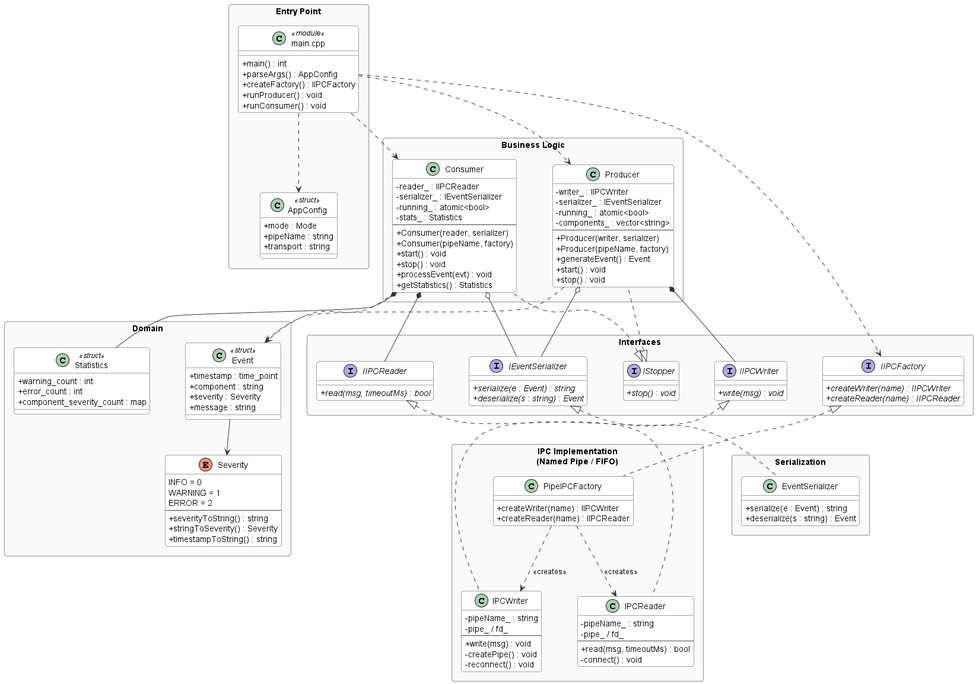
Above: doc/uml/class_diagram/class_diagram.png in JonasDressner/event_system (PlantUML), before the change.
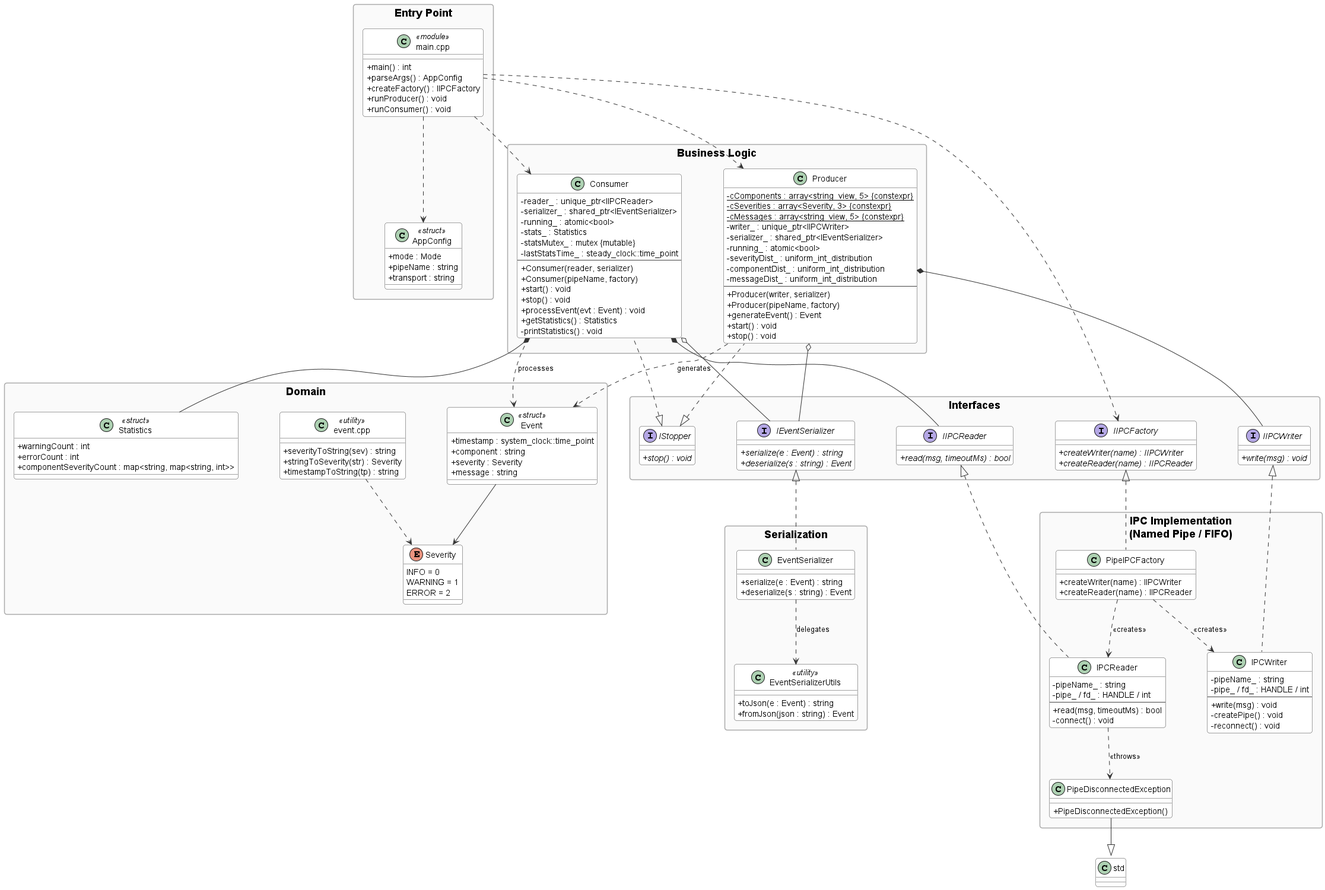
Above is the later version.

Commit message:
complete uml docs, work on slides

Change to the diagram source:
```diff
@@ -10,26 +10,35 @@
     BackgroundColor white
     BorderColor #444444
     ArrowColor #333333
+    FontSize 16
+    AttributeFontSize 14
+    StereotypeFontSize 13
 }
 
 skinparam ArrowColor<<realize>> #2980b9
 skinparam ArrowColor<<compose>> #555555
+
 skinparam interface {
     BackgroundColor #e8f4fb
     BorderColor #2980b9
+    FontSize 16
+    AttributeFontSize 14
 }
 skinparam package {
     BackgroundColor #fafafa
     BorderColor #aaaaaa
     FontStyle bold
+    FontSize 18
 }
-
-skinparam nodesep 60
-skinparam ranksep 50
 skinparam enum {
     BackgroundColor #fff8e1
     BorderColor #f39c12
+    FontSize 15
+    AttributeFontSize 14
 }
+
+skinparam nodesep 70
+skinparam ranksep 60
 
 package "Entry Point" {
     class AppConfig <<struct>> {
@@ -49,10 +58,15 @@
 
 package "Business Logic" {
     class Producer {
-        - writer_ : IIPCWriter
-        - serializer_ : IEventSerializer
+        - {static} cComponents : array<string_view, 5> {constexpr}
+        - {static} cSeverities : array<Severity, 3> {constexpr}
+        - {static} cMessages : array<string_view, 5> {constexpr}
+        - writer_ : unique_ptr<IIPCWriter>
+        - serializer_ : shared_ptr<IEventSerializer>
         - running_ : atomic<bool>
-        - components_ : vector<string>
+        - severityDist_ : uniform_int_distribution
+        - componentDist_ : uniform_int_distribution
+        - messageDist_ : uniform_int_distribution
         --
         + Producer(writer, serializer)
         + Producer(pipeName, factory)
@@ -62,17 +76,20 @@
     }
 
     class Consumer {
-        - reader_ : IIPCReader
-        - serializer_ : IEventSerializer
+        - reader_ : unique_ptr<IIPCReader>
+        - serializer_ : shared_ptr<IEventSerializer>
         - running_ : atomic<bool>
         - stats_ : Statistics
+        - statsMutex_ : mutex {mutable}
+        - lastStatsTime_ : steady_clock::time_point
         --
         + Consumer(reader, serializer)
         + Consumer(pipeName, factory)
         + start() : void
         + stop() : void
-        + processEvent(evt) : void
+        + processEvent(evt : Event) : void
         + getStatistics() : Statistics
+        - printStatistics() : void
     }
 }
 
@@ -102,7 +119,7 @@
 
 package "Domain" {
     class Event <<struct>> {
-        + timestamp : time_point
+        + timestamp : system_clock::time_point
         + component : string
         + severity : Severity
         + message : string
@@ -112,23 +129,25 @@
         INFO = 0
         WARNING = 1
         ERROR = 2
-        --
-        + severityToString() : string
-        + stringToSeverity() : Severity
-        + timestampToString() : string
+    }
+
+    class "event.cpp" as EventUtils <<utility>> {
+        + severityToString(sev) : string
+        + stringToSeverity(str) : Severity
+        + timestampToString(tp) : string
     }
 
     class Statistics <<struct>> {
-        + warning_count : int
-        + error_count : int
-        + component_severity_count : map
+        + warningCount : int
+        + errorCount : int
+        + componentSeverityCount : map<string, map<string, int>>
     }
 }
 
 package "IPC Implementation\n(Named Pipe / FIFO)" {
     class IPCWriter {
         - pipeName_ : string
-        - pipe_ / fd_
+        - pipe_ / fd_ : HANDLE / int
         --
         + write(msg) : void
         - createPipe() : void
@@ -137,7 +156,7 @@
 
     class IPCReader {
         - pipeName_ : string
-        - pipe_ / fd_
+        - pipe_ / fd_ : HANDLE / int
         --
         + read(msg, timeoutMs) : bool
         - connect() : void
@@ -147,12 +166,21 @@
         + createWriter(name) : IIPCWriter
         + createReader(name) : IIPCReader
     }
+
+    class PipeDisconnectedException {
+        + PipeDisconnectedException()
+    }
 }
 
 package "Serialization" {
     class EventSerializer {
         + serialize(e : Event) : string
         + deserialize(s : string) : Event
+    }
+
+    class "EventSerializerUtils" as SerializerUtils <<utility>> {
+        + toJson(e : Event) : string
+        + fromJson(json : string) : Event
     }
 }
 
@@ -164,6 +192,9 @@
 IIPCFactory      <|..  PipeIPCFactory
 IEventSerializer <|..  EventSerializer
 
+PipeDisconnectedException --|> "std::runtime_error"
+IPCReader  ..>  PipeDisconnectedException  : <<throws>>
+
 PipeIPCFactory  ..>  IPCWriter  : <<creates>>
 PipeIPCFactory  ..>  IPCReader  : <<creates>>
 
@@ -173,9 +204,12 @@
 Consumer  o--  IEventSerializer
 Consumer  *--  Statistics
 
-Event      -->  Severity
-Producer  ..>   Event
-Consumer  ..>   Event
+EventSerializer ..> SerializerUtils : delegates
+
+Event       -->  Severity
+EventUtils  ..>  Severity
+Producer   ..>   Event : generates
+Consumer   ..>   Event : processes
 
 Main  ..>  IIPCFactory
 Main  ..>  AppConfig
```
